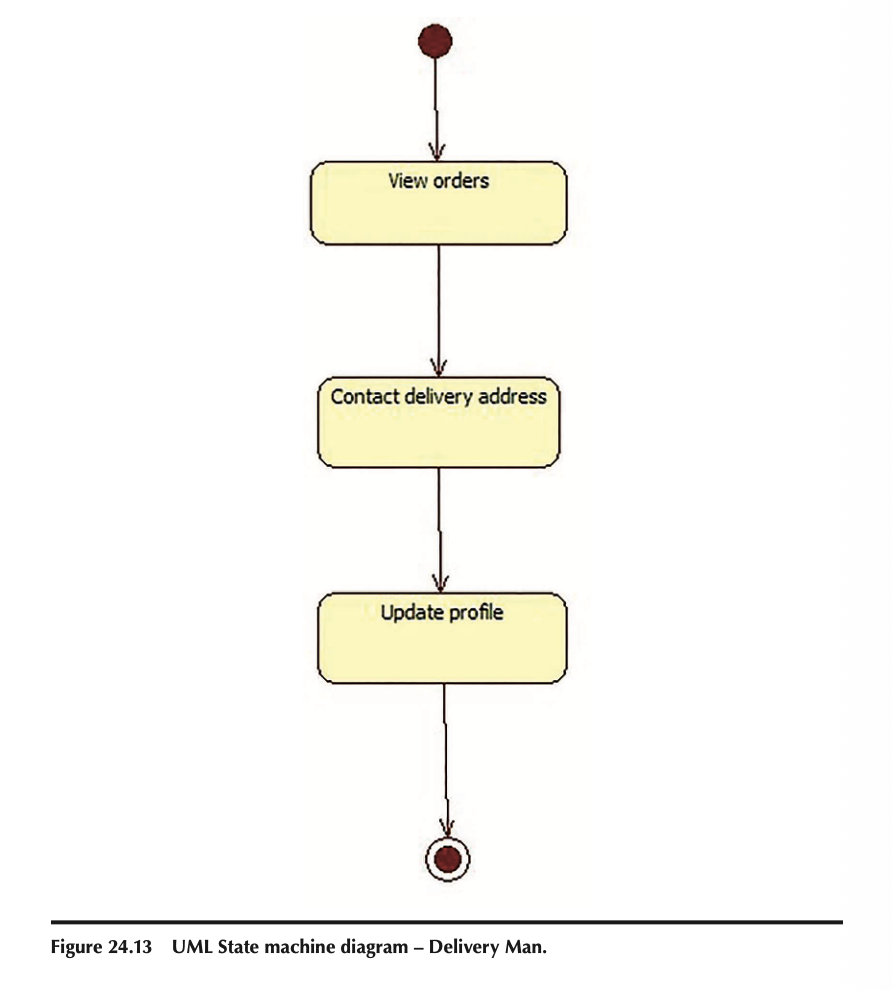
maimunafaria/State_transition_Diagram_generated_by_LLM keeps this PlantUML diagram as dataset/case_21_online_pharmacy_management_system/diagram2.png. Above is the earlier version. Its source is kept beside it as dataset/case_21_online_pharmacy_management_system/diagram2.puml. Source of this version:
```plantuml
@startuml
title UML State Machine Diagram - Delivery Man

[*] --> ViewOrders

state "View orders" as ViewOrders
state "Contact delivery address" as ContactDeliveryAddress
state "Update profile" as UpdateProfile

ViewOrders --> ContactDeliveryAddress
ContactDeliveryAddress --> UpdateProfile
UpdateProfile --> [*]

@enduml
```
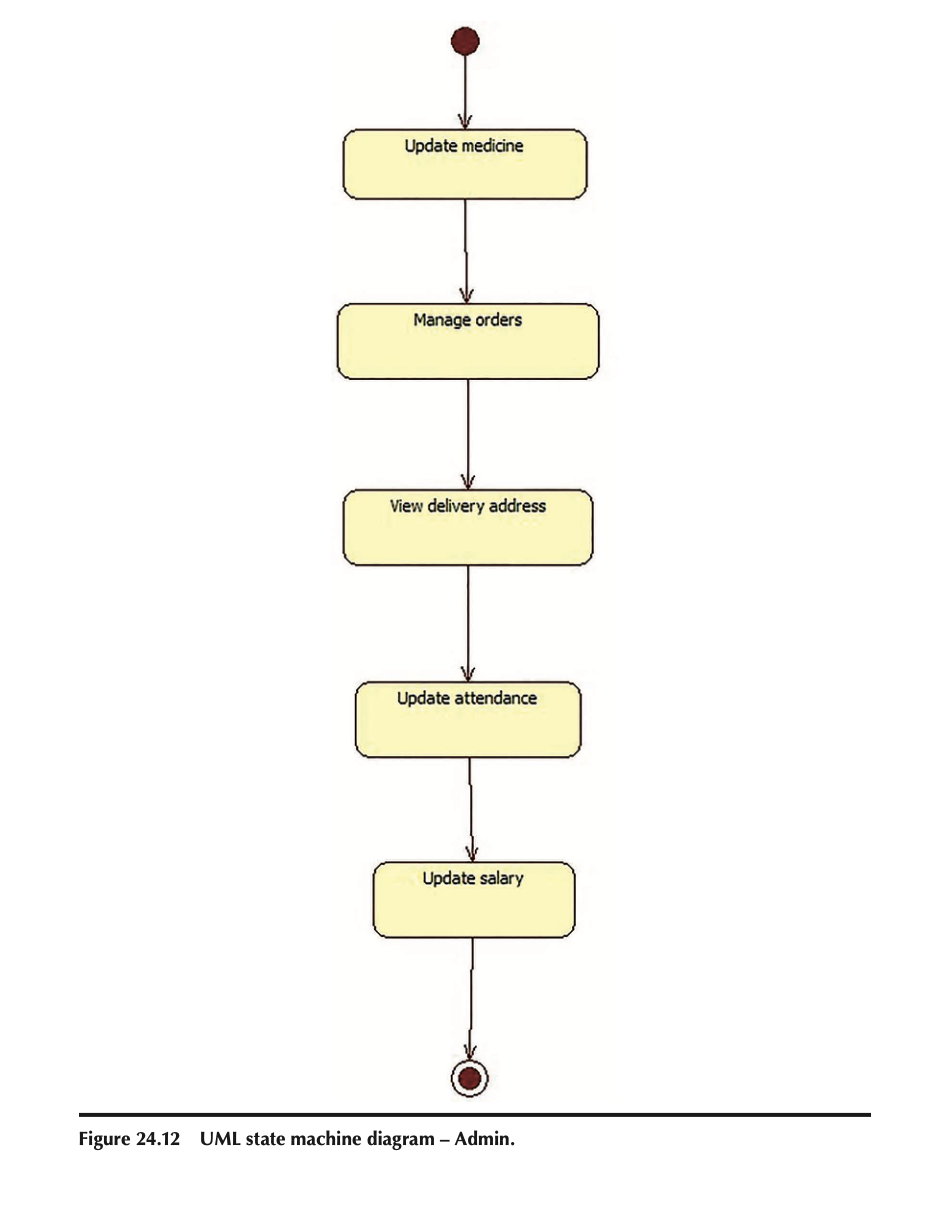
After the commit.

The edit, as a diff of the source:
```diff
@@ -1,14 +1,18 @@
 @startuml
-title UML State Machine Diagram - Delivery Man
+title UML State Machine Diagram - Admin
 
-[*] --> ViewOrders
+[*] --> UpdateMedicine
 
-state "View orders" as ViewOrders
-state "Contact delivery address" as ContactDeliveryAddress
-state "Update profile" as UpdateProfile
+state "Update medicine" as UpdateMedicine
+state "Manage orders" as ManageOrders
+state "View delivery address" as ViewDeliveryAddress
+state "Update attendance" as UpdateAttendance
+state "Update salary" as UpdateSalary
 
-ViewOrders --> ContactDeliveryAddress
-ContactDeliveryAddress --> UpdateProfile
-UpdateProfile --> [*]
+UpdateMedicine --> ManageOrders
+ManageOrders --> ViewDeliveryAddress
+ViewDeliveryAddress --> UpdateAttendance
+UpdateAttendance --> UpdateSalary
+UpdateSalary --> [*]
 
 @enduml
```
